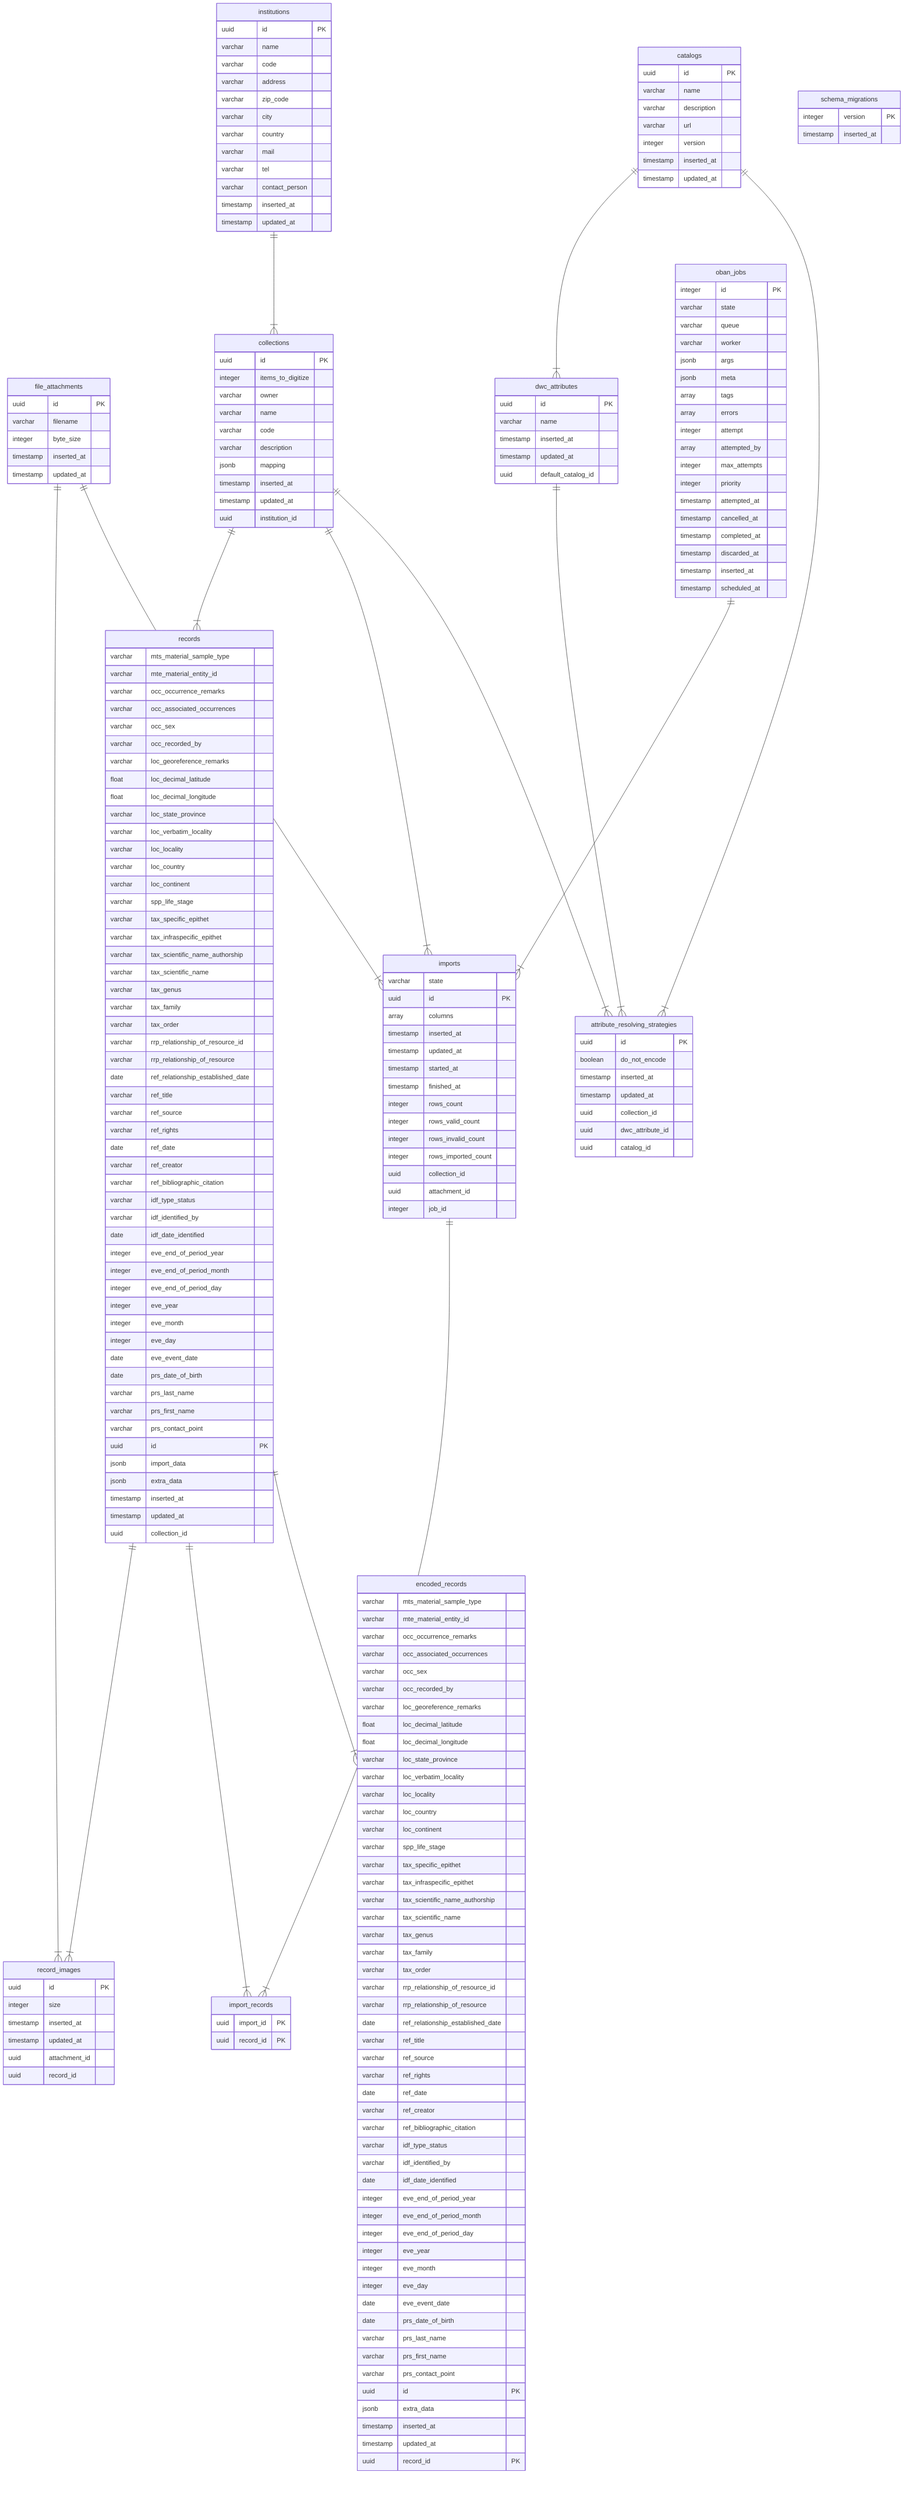
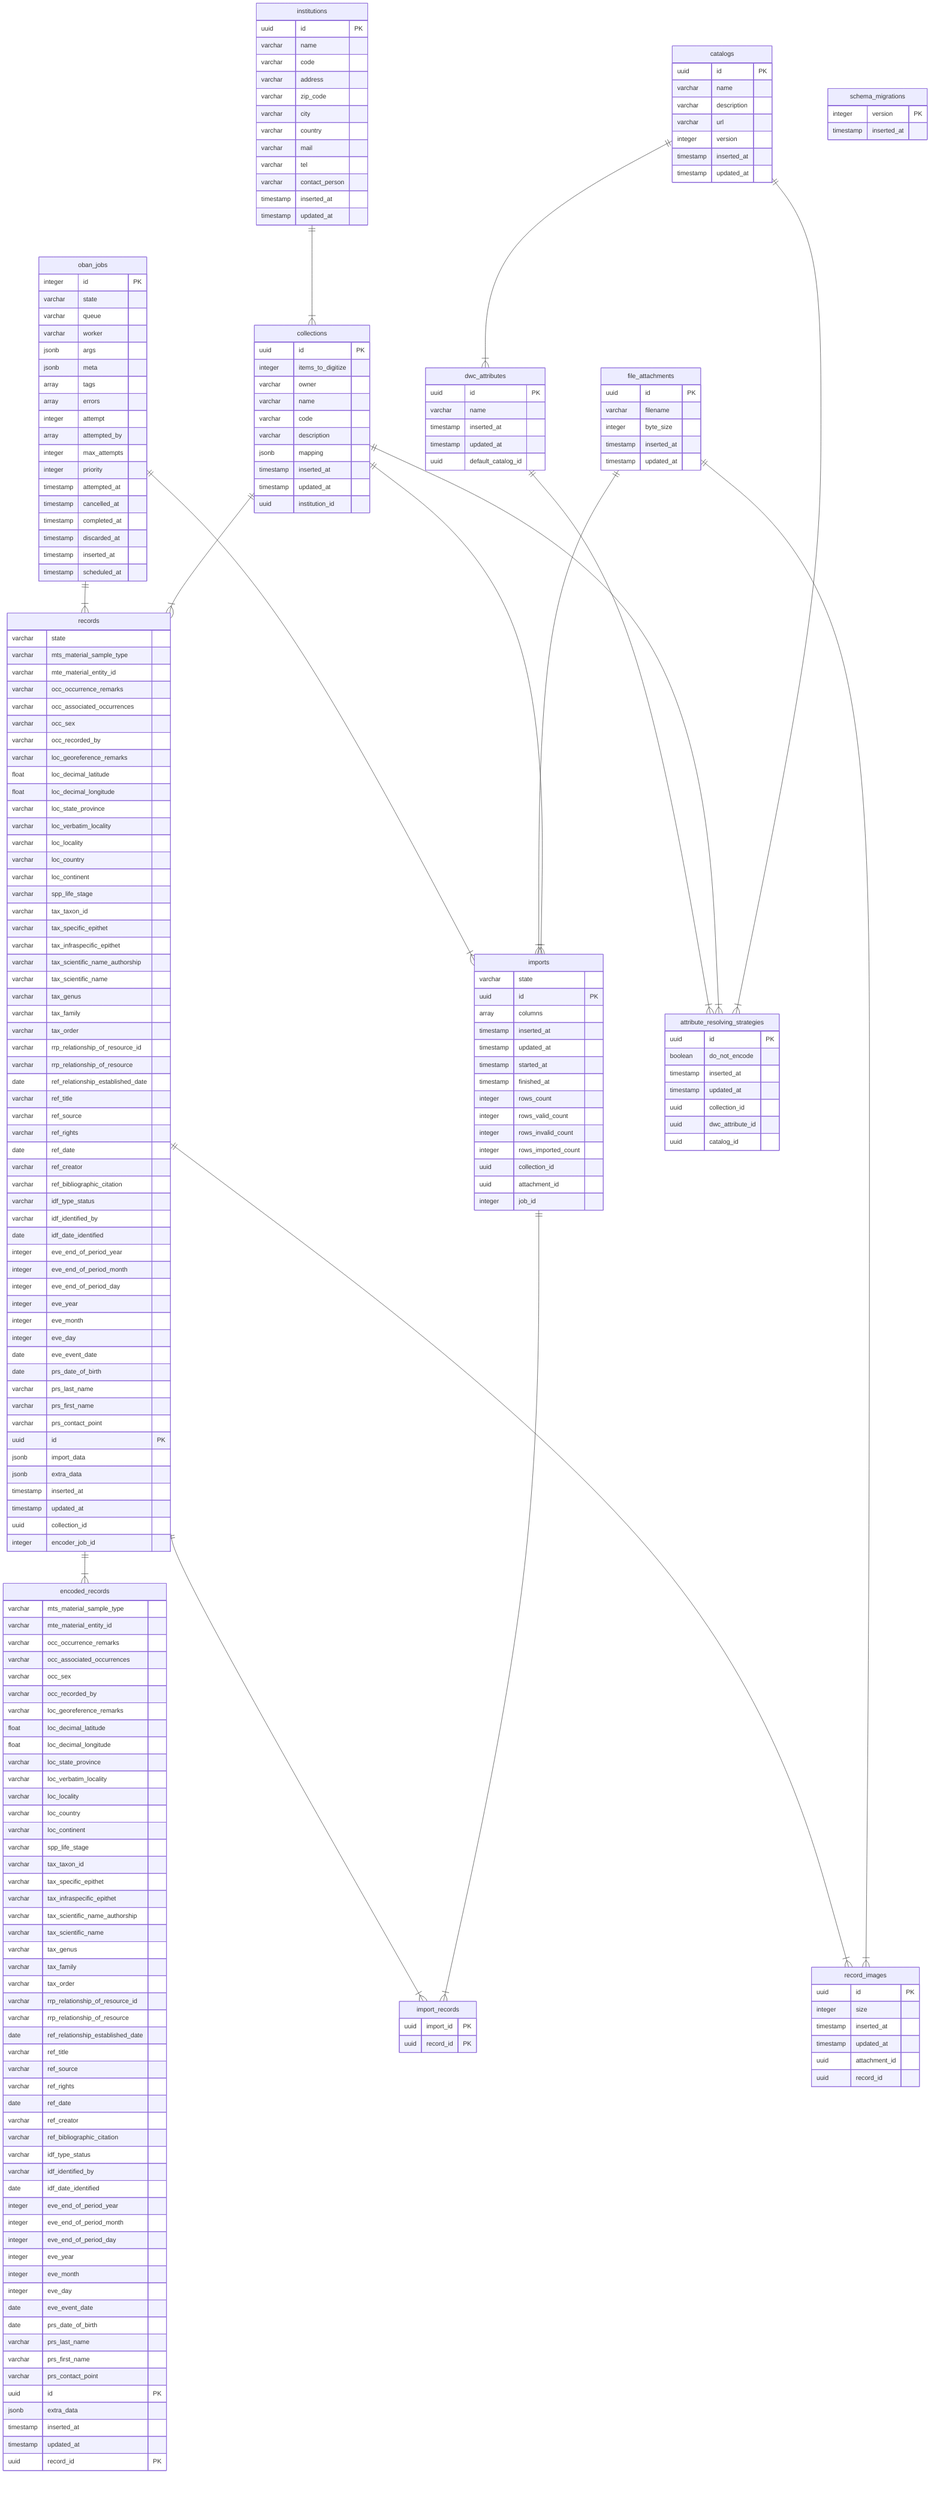
erDiagram
  file_attachments {
    uuid id PK
    varchar filename
    integer byte_size
    timestamp inserted_at
    timestamp updated_at
  }
  institutions {
    uuid id PK
    varchar name
    varchar code
    varchar address
    varchar zip_code
    varchar city
    varchar country
    varchar mail
    varchar tel
    varchar contact_person
    timestamp inserted_at
    timestamp updated_at
  }
  collections {
    uuid id PK
    integer items_to_digitize
    varchar owner
    varchar name
    varchar code
    varchar description
    jsonb mapping
    timestamp inserted_at
    timestamp updated_at
    uuid institution_id
  }
  encoded_records {
    varchar mts_material_sample_type
    varchar mte_material_entity_id
    varchar occ_occurrence_remarks
    varchar occ_associated_occurrences
    varchar occ_sex
    varchar occ_recorded_by
    varchar loc_georeference_remarks
    float loc_decimal_latitude
    float loc_decimal_longitude
    varchar loc_state_province
    varchar loc_verbatim_locality
    varchar loc_locality
    varchar loc_country
    varchar loc_continent
    varchar spp_life_stage
+     varchar tax_taxon_id
    varchar tax_specific_epithet
    varchar tax_infraspecific_epithet
    varchar tax_scientific_name_authorship
    varchar tax_scientific_name
    varchar tax_genus
    varchar tax_family
    varchar tax_order
    varchar rrp_relationship_of_resource_id
    varchar rrp_relationship_of_resource
    date ref_relationship_established_date
    varchar ref_title
    varchar ref_source
    varchar ref_rights
    date ref_date
    varchar ref_creator
    varchar ref_bibliographic_citation
    varchar idf_type_status
    varchar idf_identified_by
    date idf_date_identified
    integer eve_end_of_period_year
    integer eve_end_of_period_month
    integer eve_end_of_period_day
    integer eve_year
    integer eve_month
    integer eve_day
    date eve_event_date
    date prs_date_of_birth
    varchar prs_last_name
    varchar prs_first_name
    varchar prs_contact_point
    uuid id PK
    jsonb extra_data
    timestamp inserted_at
    timestamp updated_at
    uuid record_id PK
  }
  imports {
    varchar state
    uuid id PK
    array columns
    timestamp inserted_at
    timestamp updated_at
    timestamp started_at
    timestamp finished_at
    integer rows_count
    integer rows_valid_count
    integer rows_invalid_count
    integer rows_imported_count
    uuid collection_id
    uuid attachment_id
    integer job_id
  }
  import_records {
    uuid import_id PK
    uuid record_id PK
  }
  records {
+     varchar state
    varchar mts_material_sample_type
    varchar mte_material_entity_id
    varchar occ_occurrence_remarks
    varchar occ_associated_occurrences
    varchar occ_sex
    varchar occ_recorded_by
    varchar loc_georeference_remarks
    float loc_decimal_latitude
    float loc_decimal_longitude
    varchar loc_state_province
    varchar loc_verbatim_locality
    varchar loc_locality
    varchar loc_country
    varchar loc_continent
    varchar spp_life_stage
+     varchar tax_taxon_id
    varchar tax_specific_epithet
    varchar tax_infraspecific_epithet
    varchar tax_scientific_name_authorship
    varchar tax_scientific_name
    varchar tax_genus
    varchar tax_family
    varchar tax_order
    varchar rrp_relationship_of_resource_id
    varchar rrp_relationship_of_resource
    date ref_relationship_established_date
    varchar ref_title
    varchar ref_source
    varchar ref_rights
    date ref_date
    varchar ref_creator
    varchar ref_bibliographic_citation
    varchar idf_type_status
    varchar idf_identified_by
    date idf_date_identified
    integer eve_end_of_period_year
    integer eve_end_of_period_month
    integer eve_end_of_period_day
    integer eve_year
    integer eve_month
    integer eve_day
    date eve_event_date
    date prs_date_of_birth
    varchar prs_last_name
    varchar prs_first_name
    varchar prs_contact_point
    uuid id PK
    jsonb import_data
    jsonb extra_data
    timestamp inserted_at
    timestamp updated_at
    uuid collection_id
+     integer encoder_job_id
  }
  record_images {
    uuid id PK
    integer size
    timestamp inserted_at
    timestamp updated_at
    uuid attachment_id
    uuid record_id
  }
  attribute_resolving_strategies {
    uuid id PK
    boolean do_not_encode
    timestamp inserted_at
    timestamp updated_at
    uuid collection_id
    uuid dwc_attribute_id
    uuid catalog_id
  }
  catalogs {
    uuid id PK
    varchar name
    varchar description
    varchar url
    integer version
    timestamp inserted_at
    timestamp updated_at
  }
  dwc_attributes {
    uuid id PK
    varchar name
    timestamp inserted_at
    timestamp updated_at
    uuid default_catalog_id
  }
  schema_migrations {
    integer version PK
    timestamp inserted_at
  }
  oban_jobs {
    integer id PK
    varchar state
    varchar queue
    varchar worker
    jsonb args
    jsonb meta
    array tags
    array errors
    integer attempt
    array attempted_by
    integer max_attempts
    integer priority
    timestamp attempted_at
    timestamp cancelled_at
    timestamp completed_at
    timestamp discarded_at
    timestamp inserted_at
    timestamp scheduled_at
  }
  catalogs ||--|{ attribute_resolving_strategies : ""
  catalogs ||--|{ dwc_attributes : ""
  collections ||--|{ attribute_resolving_strategies : ""
  collections ||--|{ imports : ""
  collections ||--|{ records : ""
  dwc_attributes ||--|{ attribute_resolving_strategies : ""
  file_attachments ||--|{ imports : ""
  file_attachments ||--|{ record_images : ""
  imports ||--|{ import_records : ""
  institutions ||--|{ collections : ""
  oban_jobs ||--|{ imports : ""
+   oban_jobs ||--|{ records : ""
  records ||--|{ encoded_records : ""
  records ||--|{ import_records : ""
  records ||--|{ record_images : ""
